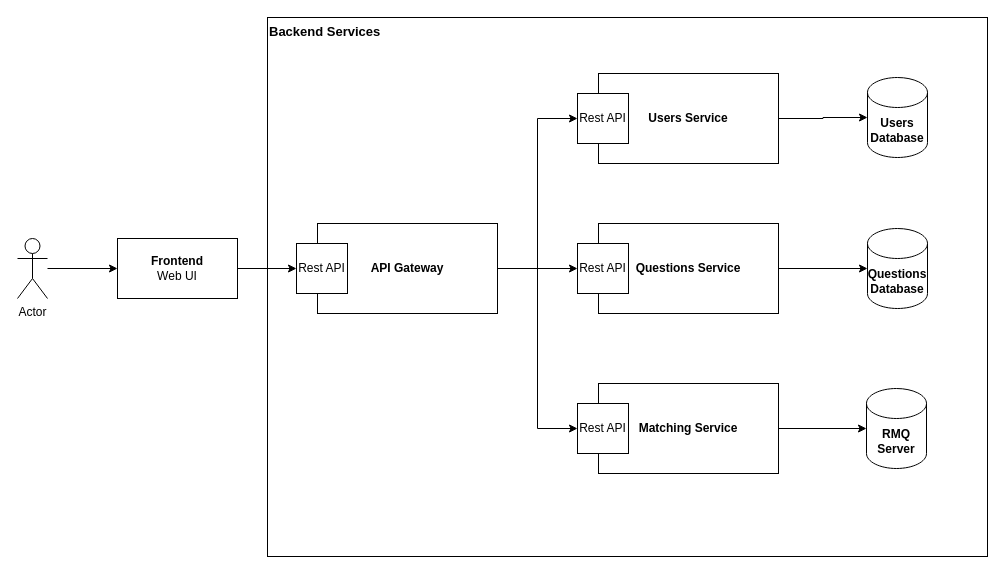
Earlier version of the draw.io diagram docs/diagrams/architecture.drawio (CS3219-AY2324S1/ay2324s1-course-assessment-g23). Source tidied: cells renumbered, new cells numbered last; positions are measured from the earlier drawing's top-left corner, leaving out a move shared by most shapes. Both pictures are drawn from the tidied source at 100%, with x=0, y=0 at pixel (17, 17).
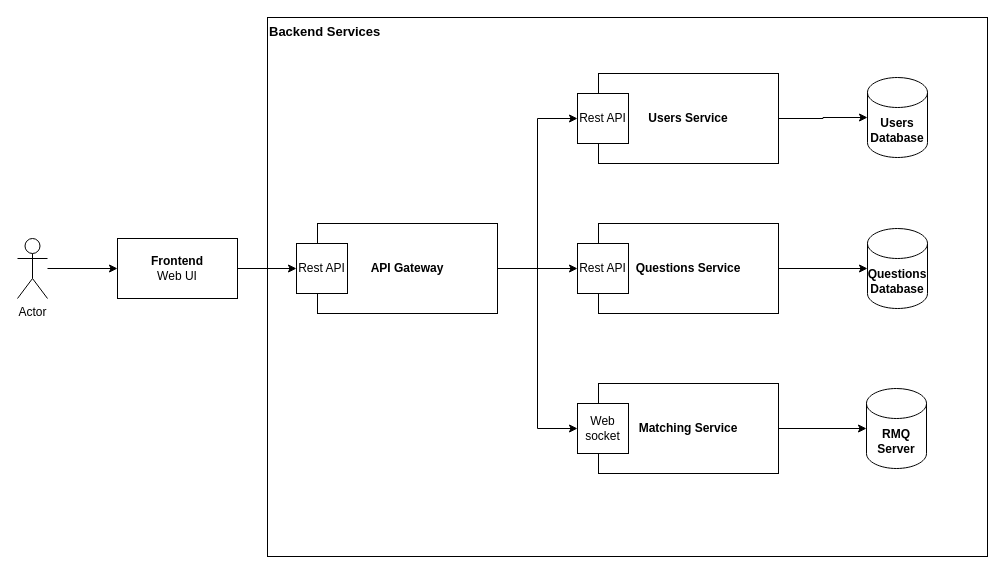
The same diagram, later.

Commit message:
add .io file for architecture diagram

Diff of the diagram source:
```diff
@@
-    <mxCell id="20" value="Rest API" style="rounded=0;whiteSpace=wrap;html=1;" parent="1" vertex="1">
+    <mxCell id="20" value="Web socket" style="rounded=0;whiteSpace=wrap;html=1;" parent="1" vertex="1">
       <mxGeometry x="560" y="386" width="51" height="50" as="geometry" />
     </mxCell>
```
